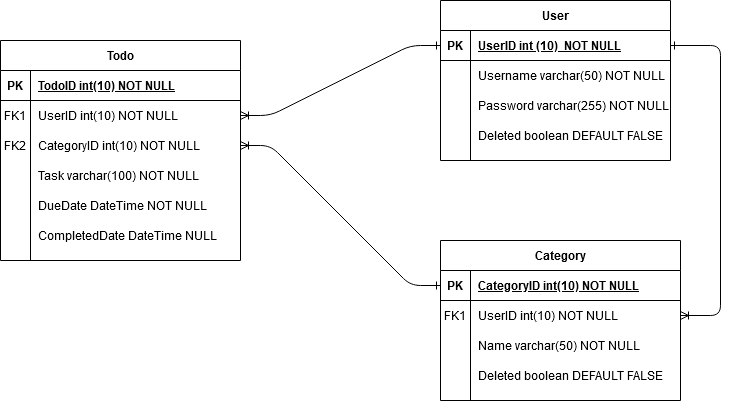
Earlier version of the draw.io export img/ERD.png (T-Ralph/php-mysqli-to-do-list). Source tidied: cells renumbered, new cells last; positions are measured from the earlier drawing's top-left corner, leaving out a move shared by most shapes.
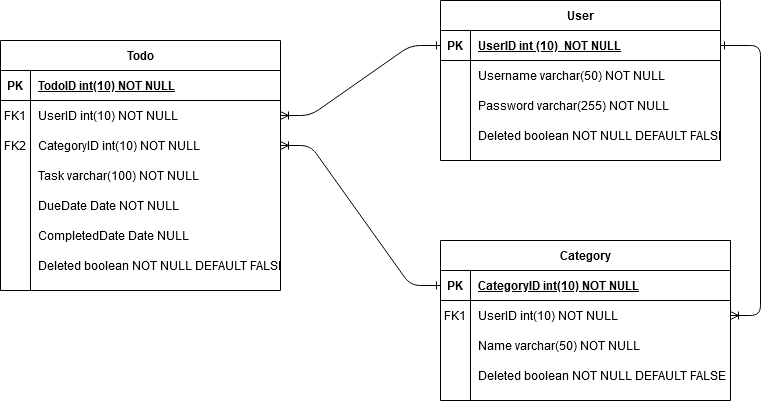
After the commit.

Diff of the diagram source:
```diff
@@ -11,144 +11,154 @@
     <mxCell id="4" style="edgeStyle=elbowEdgeStyle;fontSize=12;html=1;endArrow=ERoneToMany;exitX=1;exitY=0.5;exitDx=0;exitDy=0;startArrow=ERone;startFill=0;entryX=1;entryY=0.5;entryDx=0;entryDy=0;endFill=0;" parent="1" edge="1" source="25" target="41">
       <mxGeometry relative="1" as="geometry">
         <Array as="points">
+          <mxPoint x="760" y="180" />
           <mxPoint x="720" y="180" />
         </Array>
       </mxGeometry>
     </mxCell>
     <mxCell id="5" value="Todo" style="shape=table;startSize=30;rowLines=0;fontStyle=1;align=center;" parent="1" vertex="1">
-      <mxGeometry y="40" width="240" height="220" as="geometry" />
+      <mxGeometry y="40" width="280" height="250" as="geometry" />
     </mxCell>
     <mxCell id="6" style="shape=partialRectangle;fillColor=none;top=0;left=0;bottom=1;right=0;" parent="5" vertex="1">
-      <mxGeometry y="30" width="240" height="30" as="geometry" />
+      <mxGeometry y="30" width="280" height="30" as="geometry" />
     </mxCell>
     <mxCell id="7" value="PK" style="shape=partialRectangle;fillColor=none;top=0;left=0;bottom=0;right=0;fontStyle=1;overflow=hidden;" parent="6" vertex="1">
       <mxGeometry width="30" height="30" as="geometry" />
     </mxCell>
     <mxCell id="8" value="TodoID int(10) NOT NULL" style="shape=partialRectangle;fillColor=none;top=0;left=0;bottom=0;right=0;align=left;spacingLeft=6;fontStyle=5;overflow=hidden;" parent="6" vertex="1">
-      <mxGeometry x="30" width="210" height="30" as="geometry" />
+      <mxGeometry x="30" width="250" height="30" as="geometry" />
     </mxCell>
     <mxCell id="9" style="shape=partialRectangle;fillColor=none;top=0;left=0;bottom=0;right=0;points=[[0,0.5],[1,0.5]];portConstraint=eastwest;" parent="5" vertex="1">
-      <mxGeometry y="60" width="240" height="30" as="geometry" />
+      <mxGeometry y="60" width="280" height="30" as="geometry" />
     </mxCell>
     <mxCell id="10" value="FK1" style="shape=partialRectangle;fillColor=none;top=0;left=0;bottom=0;right=0;overflow=hidden;" parent="9" vertex="1">
       <mxGeometry width="30" height="30" as="geometry" />
     </mxCell>
     <mxCell id="11" value="UserID int(10) NOT NULL" style="shape=partialRectangle;fillColor=none;top=0;left=0;bottom=0;right=0;align=left;spacingLeft=6;overflow=hidden;" parent="9" vertex="1">
-      <mxGeometry x="30" width="210" height="30" as="geometry" />
+      <mxGeometry x="30" width="250" height="30" as="geometry" />
     </mxCell>
     <mxCell id="12" style="shape=partialRectangle;fillColor=none;top=0;left=0;bottom=0;right=0;points=[[0,0.5],[1,0.5]];portConstraint=eastwest;" parent="5" vertex="1">
-      <mxGeometry y="90" width="240" height="30" as="geometry" />
+      <mxGeometry y="90" width="280" height="30" as="geometry" />
     </mxCell>
     <mxCell id="13" value="FK2" style="shape=partialRectangle;fillColor=none;top=0;left=0;bottom=0;right=0;overflow=hidden;" parent="12" vertex="1">
       <mxGeometry width="30" height="30" as="geometry" />
     </mxCell>
     <mxCell id="14" value="CategoryID int(10) NOT NULL" style="shape=partialRectangle;fillColor=none;top=0;left=0;bottom=0;right=0;align=left;spacingLeft=6;overflow=hidden;" parent="12" vertex="1">
-      <mxGeometry x="30" width="210" height="30" as="geometry" />
+      <mxGeometry x="30" width="250" height="30" as="geometry" />
     </mxCell>
     <mxCell id="15" style="shape=partialRectangle;fillColor=none;top=0;left=0;bottom=0;right=0;" parent="5" vertex="1">
-      <mxGeometry y="120" width="240" height="30" as="geometry" />
+      <mxGeometry y="120" width="280" height="30" as="geometry" />
     </mxCell>
     <mxCell id="16" style="shape=partialRectangle;fillColor=none;top=0;left=0;bottom=0;right=0;overflow=hidden;" parent="15" vertex="1">
       <mxGeometry width="30" height="30" as="geometry" />
     </mxCell>
     <mxCell id="17" value="Task varchar(100) NOT NULL" style="shape=partialRectangle;fillColor=none;top=0;left=0;bottom=0;right=0;align=left;spacingLeft=6;overflow=hidden;" parent="15" vertex="1">
-      <mxGeometry x="30" width="210" height="30" as="geometry" />
+      <mxGeometry x="30" width="250" height="30" as="geometry" />
     </mxCell>
     <mxCell id="18" style="shape=partialRectangle;fillColor=none;top=0;left=0;bottom=0;right=0;" parent="5" vertex="1">
-      <mxGeometry y="150" width="240" height="30" as="geometry" />
+      <mxGeometry y="150" width="280" height="30" as="geometry" />
     </mxCell>
     <mxCell id="19" style="shape=partialRectangle;fillColor=none;top=0;left=0;bottom=0;right=0;overflow=hidden;" parent="18" vertex="1">
       <mxGeometry width="30" height="30" as="geometry" />
     </mxCell>
-    <mxCell id="20" value="DueDate DateTime NOT NULL" style="shape=partialRectangle;fillColor=none;top=0;left=0;bottom=0;right=0;align=left;spacingLeft=6;overflow=hidden;" parent="18" vertex="1">
-      <mxGeometry x="30" width="210" height="30" as="geometry" />
+    <mxCell id="20" value="DueDate Date NOT NULL" style="shape=partialRectangle;fillColor=none;top=0;left=0;bottom=0;right=0;align=left;spacingLeft=6;overflow=hidden;" parent="18" vertex="1">
+      <mxGeometry x="30" width="250" height="30" as="geometry" />
     </mxCell>
     <mxCell id="21" style="shape=partialRectangle;fillColor=none;top=0;left=0;bottom=0;right=0;" parent="5" vertex="1">
-      <mxGeometry y="180" width="240" height="30" as="geometry" />
+      <mxGeometry y="180" width="280" height="30" as="geometry" />
     </mxCell>
     <mxCell id="22" style="shape=partialRectangle;fillColor=none;top=0;left=0;bottom=0;right=0;overflow=hidden;" parent="21" vertex="1">
       <mxGeometry width="30" height="30" as="geometry" />
     </mxCell>
-    <mxCell id="23" value="CompletedDate DateTime NULL" style="shape=partialRectangle;fillColor=none;top=0;left=0;bottom=0;right=0;align=left;spacingLeft=6;overflow=hidden;" parent="21" vertex="1">
-      <mxGeometry x="30" width="210" height="30" as="geometry" />
+    <mxCell id="23" value="CompletedDate Date NULL" style="shape=partialRectangle;fillColor=none;top=0;left=0;bottom=0;right=0;align=left;spacingLeft=6;overflow=hidden;" parent="21" vertex="1">
+      <mxGeometry x="30" width="250" height="30" as="geometry" />
     </mxCell>
+    <mxCell id="50" style="shape=partialRectangle;fillColor=none;top=0;left=0;bottom=0;right=0;" parent="5" vertex="1">
+      <mxGeometry y="210" width="280" height="30" as="geometry" />
+    </mxCell>
+    <mxCell id="51" style="shape=partialRectangle;fillColor=none;top=0;left=0;bottom=0;right=0;overflow=hidden;" parent="50" vertex="1">
+      <mxGeometry width="30" height="30" as="geometry" />
+    </mxCell>
+    <mxCell id="52" value="Deleted boolean NOT NULL DEFAULT FALSE" style="shape=partialRectangle;fillColor=none;top=0;left=0;bottom=0;right=0;align=left;spacingLeft=6;overflow=hidden;" parent="50" vertex="1">
+      <mxGeometry x="30" width="250" height="30" as="geometry" />
+    </mxCell>
     <mxCell id="24" value="User" style="shape=table;startSize=30;rowLines=0;fontStyle=1;align=center;" parent="1" vertex="1">
-      <mxGeometry x="440" width="230" height="160" as="geometry" />
+      <mxGeometry x="440" width="280" height="160" as="geometry" />
     </mxCell>
     <mxCell id="25" style="shape=partialRectangle;fillColor=none;top=0;left=0;bottom=1;right=0;points=[[0,0.5],[1,0.5]];portConstraint=eastwest;" parent="24" vertex="1">
-      <mxGeometry y="30" width="230" height="30" as="geometry" />
+      <mxGeometry y="30" width="280" height="30" as="geometry" />
     </mxCell>
     <mxCell id="26" value="PK" style="shape=partialRectangle;fillColor=none;top=0;left=0;bottom=0;right=0;fontStyle=1;overflow=hidden;" parent="25" vertex="1">
       <mxGeometry width="30" height="30" as="geometry" />
     </mxCell>
     <mxCell id="27" value="UserID int (10)  NOT NULL" style="shape=partialRectangle;fillColor=none;top=0;left=0;bottom=0;right=0;align=left;spacingLeft=6;fontStyle=5;overflow=hidden;" parent="25" vertex="1">
-      <mxGeometry x="30" width="200" height="30" as="geometry" />
+      <mxGeometry x="30" width="250" height="30" as="geometry" />
     </mxCell>
     <mxCell id="28" style="shape=partialRectangle;fillColor=none;top=0;left=0;bottom=0;right=0;" parent="24" vertex="1">
-      <mxGeometry y="60" width="230" height="30" as="geometry" />
+      <mxGeometry y="60" width="280" height="30" as="geometry" />
     </mxCell>
     <mxCell id="29" style="shape=partialRectangle;fillColor=none;top=0;left=0;bottom=0;right=0;overflow=hidden;" parent="28" vertex="1">
       <mxGeometry width="30" height="30" as="geometry" />
     </mxCell>
     <mxCell id="30" value="Username varchar(50) NOT NULL" style="shape=partialRectangle;fillColor=none;top=0;left=0;bottom=0;right=0;align=left;spacingLeft=6;overflow=hidden;" parent="28" vertex="1">
-      <mxGeometry x="30" width="200" height="30" as="geometry" />
+      <mxGeometry x="30" width="250" height="30" as="geometry" />
     </mxCell>
     <mxCell id="31" style="shape=partialRectangle;fillColor=none;top=0;left=0;bottom=0;right=0;" parent="24" vertex="1">
-      <mxGeometry y="90" width="230" height="30" as="geometry" />
+      <mxGeometry y="90" width="280" height="30" as="geometry" />
     </mxCell>
     <mxCell id="32" style="shape=partialRectangle;fillColor=none;top=0;left=0;bottom=0;right=0;overflow=hidden;" parent="31" vertex="1">
       <mxGeometry width="30" height="30" as="geometry" />
     </mxCell>
     <mxCell id="33" value="Password varchar(255) NOT NULL" style="shape=partialRectangle;fillColor=none;top=0;left=0;bottom=0;right=0;align=left;spacingLeft=6;overflow=hidden;" parent="31" vertex="1">
-      <mxGeometry x="30" width="200" height="30" as="geometry" />
+      <mxGeometry x="30" width="250" height="30" as="geometry" />
     </mxCell>
     <mxCell id="34" style="shape=partialRectangle;fillColor=none;top=0;left=0;bottom=0;right=0;" parent="24" vertex="1">
-      <mxGeometry y="120" width="230" height="30" as="geometry" />
+      <mxGeometry y="120" width="280" height="30" as="geometry" />
     </mxCell>
     <mxCell id="35" style="shape=partialRectangle;fillColor=none;top=0;left=0;bottom=0;right=0;overflow=hidden;" parent="34" vertex="1">
       <mxGeometry width="30" height="30" as="geometry" />
     </mxCell>
-    <mxCell id="36" value="Deleted boolean DEFAULT FALSE" style="shape=partialRectangle;fillColor=none;top=0;left=0;bottom=0;right=0;align=left;spacingLeft=6;overflow=hidden;" parent="34" vertex="1">
-      <mxGeometry x="30" width="200" height="30" as="geometry" />
+    <mxCell id="36" value="Deleted boolean NOT NULL DEFAULT FALSE" style="shape=partialRectangle;fillColor=none;top=0;left=0;bottom=0;right=0;align=left;spacingLeft=6;overflow=hidden;" parent="34" vertex="1">
+      <mxGeometry x="30" width="250" height="30" as="geometry" />
     </mxCell>
     <mxCell id="37" value="Category" style="shape=table;startSize=30;rowLines=0;fontStyle=1;align=center;" parent="1" vertex="1">
-      <mxGeometry x="440" y="240" width="240" height="160" as="geometry" />
+      <mxGeometry x="440" y="240" width="290" height="160" as="geometry" />
     </mxCell>
     <mxCell id="38" style="shape=partialRectangle;fillColor=none;top=0;left=0;bottom=1;right=0;points=[[0,0.5],[1,0.5]];portConstraint=eastwest;" parent="37" vertex="1">
-      <mxGeometry y="30" width="240" height="30" as="geometry" />
+      <mxGeometry y="30" width="290" height="30" as="geometry" />
     </mxCell>
     <mxCell id="39" value="PK" style="shape=partialRectangle;fillColor=none;top=0;left=0;bottom=0;right=0;fontStyle=1;overflow=hidden;" parent="38" vertex="1">
       <mxGeometry width="30" height="30" as="geometry" />
     </mxCell>
     <mxCell id="40" value="CategoryID int(10) NOT NULL" style="shape=partialRectangle;fillColor=none;top=0;left=0;bottom=0;right=0;align=left;spacingLeft=6;fontStyle=5;overflow=hidden;" parent="38" vertex="1">
-      <mxGeometry x="30" width="210" height="30" as="geometry" />
+      <mxGeometry x="30" width="260" height="30" as="geometry" />
     </mxCell>
     <mxCell id="41" style="shape=partialRectangle;fillColor=none;top=0;left=0;bottom=0;right=0;points=[[0,0.5],[1,0.5]];portConstraint=eastwest;" parent="37" vertex="1">
-      <mxGeometry y="60" width="240" height="30" as="geometry" />
+      <mxGeometry y="60" width="290" height="30" as="geometry" />
     </mxCell>
     <mxCell id="42" value="FK1" style="shape=partialRectangle;fillColor=none;top=0;left=0;bottom=0;right=0;overflow=hidden;" parent="41" vertex="1">
       <mxGeometry width="30" height="30" as="geometry" />
     </mxCell>
     <mxCell id="43" value="UserID int(10) NOT NULL" style="shape=partialRectangle;fillColor=none;top=0;left=0;bottom=0;right=0;align=left;spacingLeft=6;overflow=hidden;" parent="41" vertex="1">
-      <mxGeometry x="30" width="210" height="30" as="geometry" />
+      <mxGeometry x="30" width="260" height="30" as="geometry" />
     </mxCell>
     <mxCell id="44" style="shape=partialRectangle;fillColor=none;top=0;left=0;bottom=0;right=0;" parent="37" vertex="1">
-      <mxGeometry y="90" width="240" height="30" as="geometry" />
+      <mxGeometry y="90" width="290" height="30" as="geometry" />
     </mxCell>
     <mxCell id="45" style="shape=partialRectangle;fillColor=none;top=0;left=0;bottom=0;right=0;overflow=hidden;" parent="44" vertex="1">
       <mxGeometry width="30" height="30" as="geometry" />
     </mxCell>
     <mxCell id="46" value="Name varchar(50) NOT NULL" style="shape=partialRectangle;fillColor=none;top=0;left=0;bottom=0;right=0;align=left;spacingLeft=6;overflow=hidden;" parent="44" vertex="1">
-      <mxGeometry x="30" width="210" height="30" as="geometry" />
+      <mxGeometry x="30" width="260" height="30" as="geometry" />
     </mxCell>
     <mxCell id="47" style="shape=partialRectangle;fillColor=none;top=0;left=0;bottom=0;right=0;" parent="37" vertex="1">
-      <mxGeometry y="120" width="240" height="30" as="geometry" />
+      <mxGeometry y="120" width="290" height="30" as="geometry" />
     </mxCell>
     <mxCell id="48" style="shape=partialRectangle;fillColor=none;top=0;left=0;bottom=0;right=0;overflow=hidden;" parent="47" vertex="1">
       <mxGeometry width="30" height="30" as="geometry" />
     </mxCell>
-    <mxCell id="49" value="Deleted boolean DEFAULT FALSE" style="shape=partialRectangle;fillColor=none;top=0;left=0;bottom=0;right=0;align=left;spacingLeft=6;overflow=hidden;" parent="47" vertex="1">
-      <mxGeometry x="30" width="210" height="30" as="geometry" />
+    <mxCell id="49" value="Deleted boolean NOT NULL DEFAULT FALSE" style="shape=partialRectangle;fillColor=none;top=0;left=0;bottom=0;right=0;align=left;spacingLeft=6;overflow=hidden;" parent="47" vertex="1">
+      <mxGeometry x="30" width="260" height="30" as="geometry" />
     </mxCell>
   </root>
 </mxGraphModel>
```
